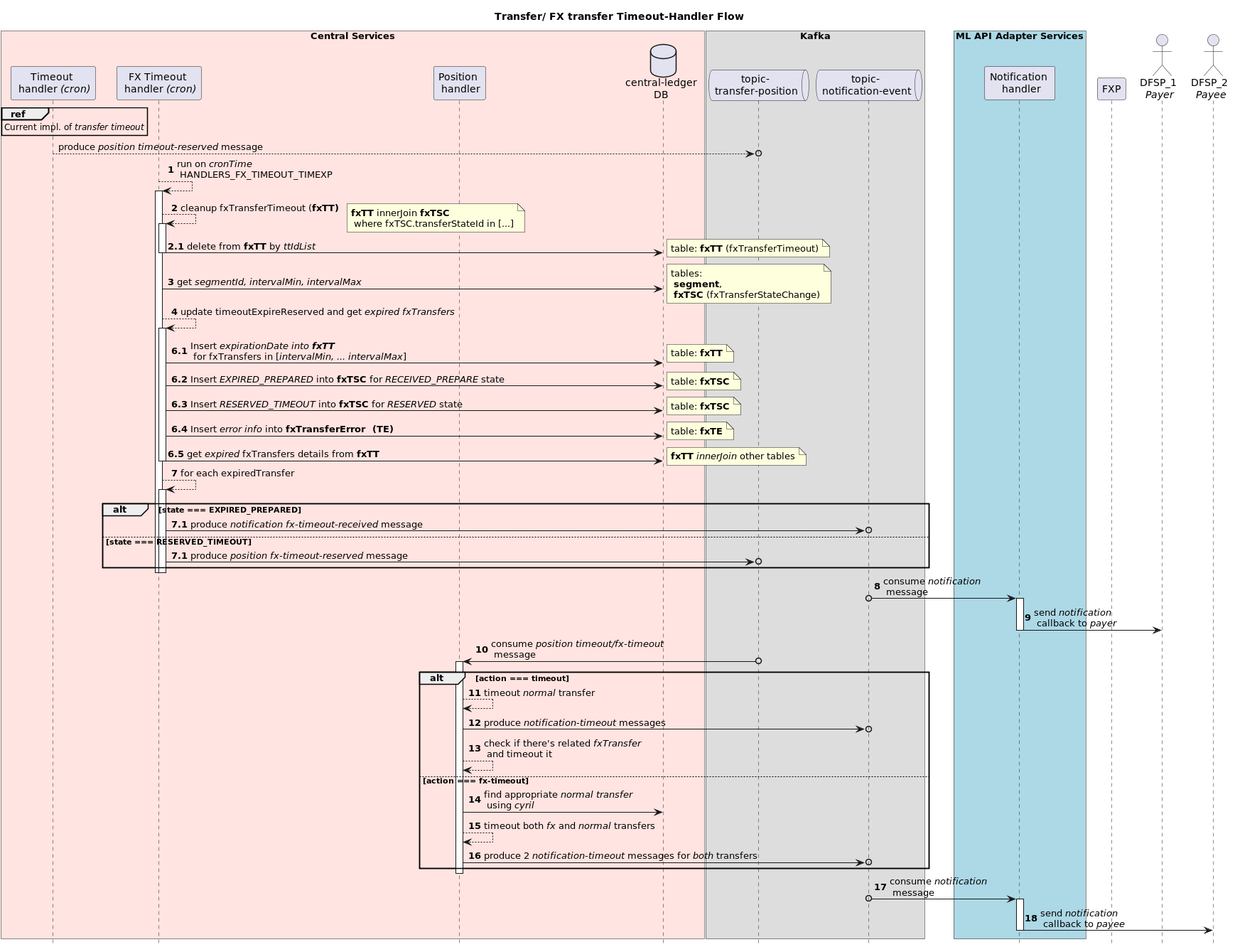
The PlantUML diagram documentation/sequence-diagrams/Handler - FX timeout.png in mojaloop/central-ledger, before a commit.
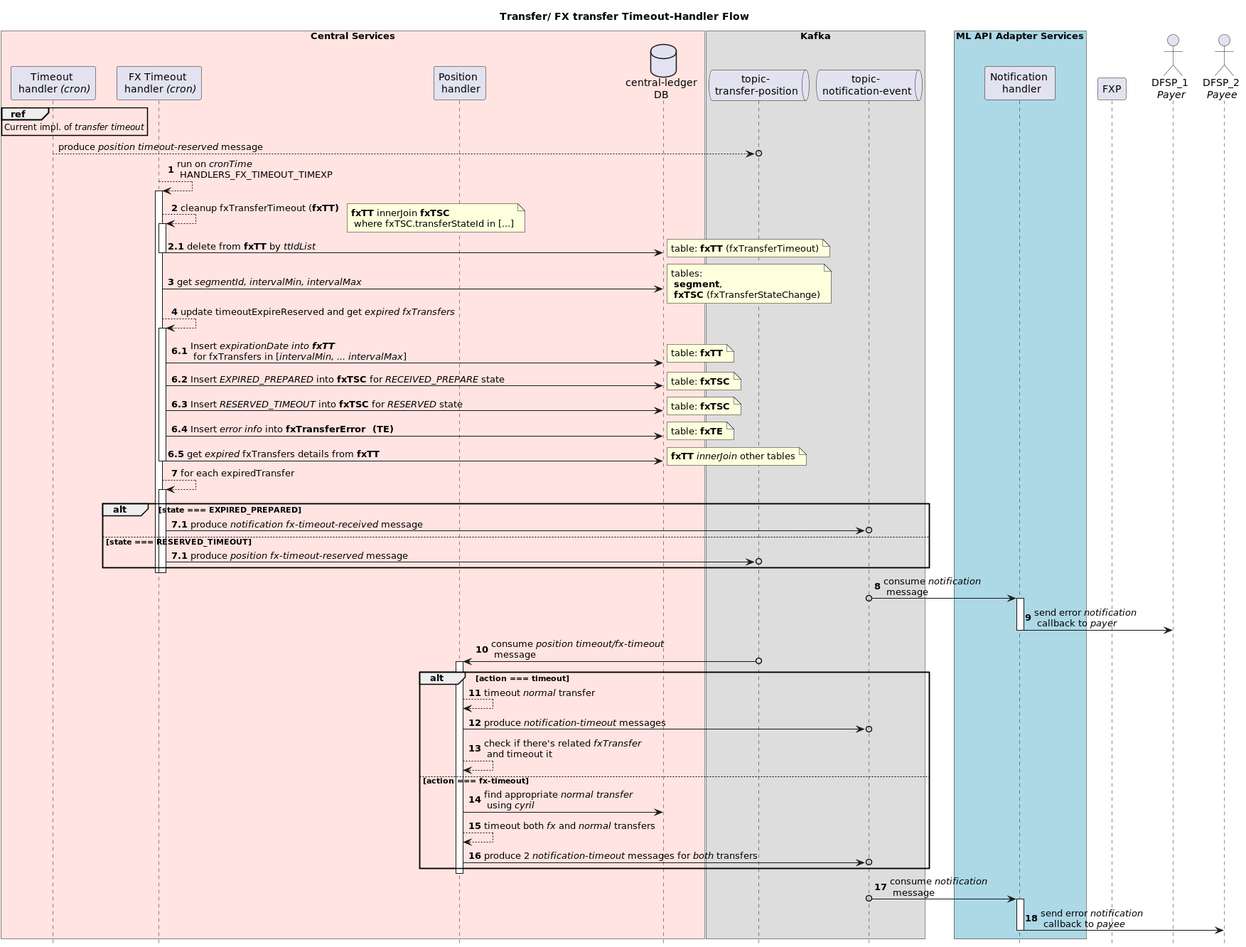
After the commit.

Commit message:
feat(mojaloop/#3818): added sequence diagram for FX timeout

The edit, as a diff of the source:
```diff
@@ -72,7 +72,7 @@
 autonumber 8
 topicNE o-> nh : consume <i>notification</i>\n message
 activate nh
-nh -> payer : send <i>notification</i>\n callback to <i>payer</i>
+nh -> payer : send error <i>notification</i>\n callback to <i>payer</i>
 deactivate nh
 
 topicTP o-> ph : consume <i>position timeout/fx-timeout</i>\n message
@@ -90,7 +90,7 @@
 
 topicNE o-> nh : consume <i>notification</i>\n message
 activate nh
-nh -> payee : send <i>notification</i>\n callback to <i>payee</i>
+nh -> payee : send error <i>notification</i>\n callback to <i>payee</i>
 deactivate nh
 
 @enduml
```
